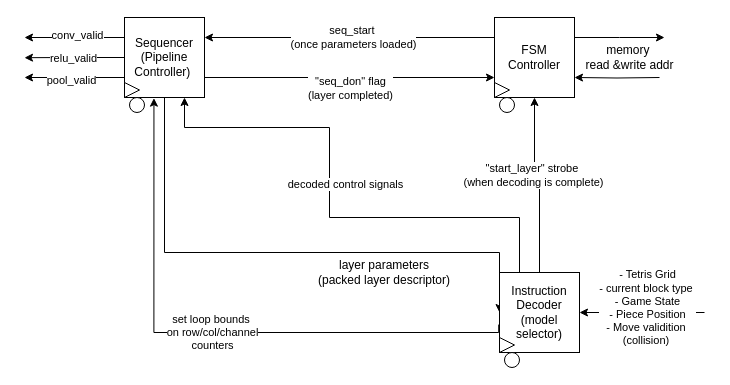
Before: rtl_diagrams/ai_cu.drawio in mixuanpan/starboy, a draw.io diagram. Source tidied: cells renumbered, new cells numbered last; positions are measured from the earlier drawing's top-left corner, leaving out a move shared by most shapes. Both pictures are drawn from the tidied source at 100%, with x=0, y=0 at pixel (24, 17).
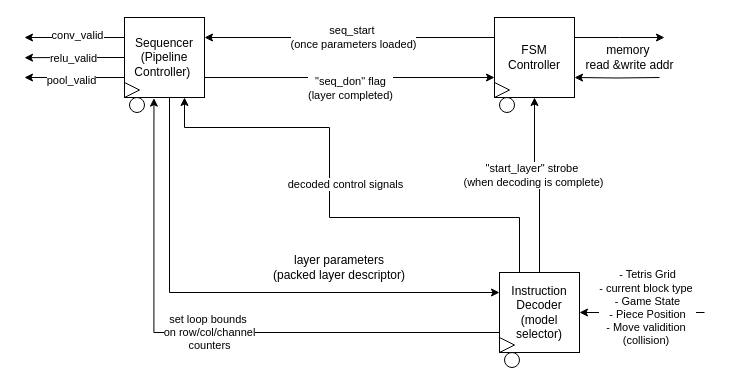
Above is the later version.

The change refers to these unchanged cells:
```xml
<mxCell id="10" value="Sequencer (Pipeline Controller)&amp;nbsp;" style="whiteSpace=wrap;html=1;" parent="1" vertex="1">
  <mxGeometry x="100" width="80" height="80" as="geometry" />
</mxCell>
<mxCell id="21" value="Instruction Decoder&lt;div&gt;(model selector)&lt;/div&gt;" style="whiteSpace=wrap;html=1;" parent="1" vertex="1">
  <mxGeometry x="475" y="255" width="80" height="80" as="geometry" />
</mxCell>
```

The edit, as a diff of the source:
```diff
@@
+    <mxCell id="15" style="edgeStyle=orthogonalEdgeStyle;rounded=0;jettySize=auto;html=1;entryX=0;entryY=0.25;entryDx=0;entryDy=0;" parent="1" edge="1" source="10" target="21">
+      <mxGeometry relative="1" as="geometry">
+        <Array as="points">
+          <mxPoint x="145" y="275" />
+        </Array>
+      </mxGeometry>
+    </mxCell>
@@
-    <mxCell id="15" style="edgeStyle=orthogonalEdgeStyle;rounded=0;jettySize=auto;html=1;exitX=0.5;exitY=1;exitDx=0;exitDy=0;entryX=0;entryY=0.5;entryDx=0;entryDy=0;" parent="1" edge="1" source="10" target="21">
-      <mxGeometry relative="1" as="geometry">
-        <Array as="points">
-          <mxPoint x="140" y="235" />
-          <mxPoint x="475" y="235" />
-        </Array>
-      </mxGeometry>
-    </mxCell>
-    <mxCell id="16" value="set loop bounds&amp;nbsp;&lt;div&gt;on row/col/channel&lt;/div&gt;&lt;div&gt;counters&lt;/div&gt;" style="edgeStyle=orthogonalEdgeStyle;rounded=0;jettySize=auto;html=1;entryX=0.368;entryY=1.008;entryDx=0;entryDy=0;entryPerimeter=0;exitX=-0.01;exitY=0.651;exitDx=0;exitDy=0;exitPerimeter=0;" parent="1" edge="1" source="21" target="10">
+    <mxCell id="16" value="set loop bounds&amp;nbsp;&lt;div&gt;on row/col/channel&lt;/div&gt;&lt;div&gt;counters&lt;/div&gt;" style="edgeStyle=orthogonalEdgeStyle;rounded=0;jettySize=auto;html=1;entryX=0.368;entryY=1.008;entryDx=0;entryDy=0;entryPerimeter=0;exitX=0;exitY=0.75;exitDx=0;exitDy=0;" parent="1" edge="1" source="21" target="10">
       <mxGeometry relative="1" as="geometry">
         <Array as="points">
-          <mxPoint x="474" y="315" />
-          <mxPoint x="130" y="315" />
-          <mxPoint x="130" y="81" />
+          <mxPoint x="129" y="315" />
         </Array>
       </mxGeometry>
     </mxCell>
@@
     <mxCell id="32" value="layer parameters&lt;div&gt;(packed layer descriptor)&lt;/div&gt;" style="text;html=1;align=center;verticalAlign=middle;whiteSpace=wrap;rounded=0;" parent="1" vertex="1">
-      <mxGeometry x="280" y="235" width="160" height="40" as="geometry" />
+      <mxGeometry x="235" y="230" width="160" height="40" as="geometry" />
     </mxCell>
```
